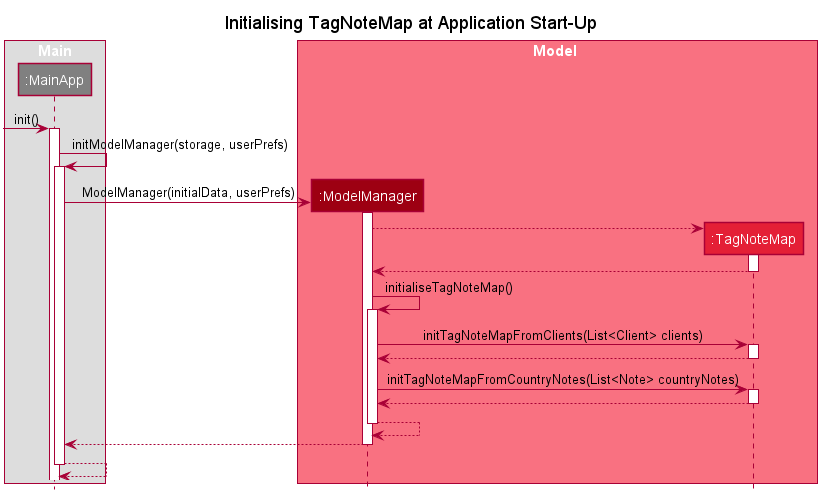
This is docs/images/TagNoteMapInitializationSequence.png from rtshkmr/tp, a PlantUML export, as it was before one commit.
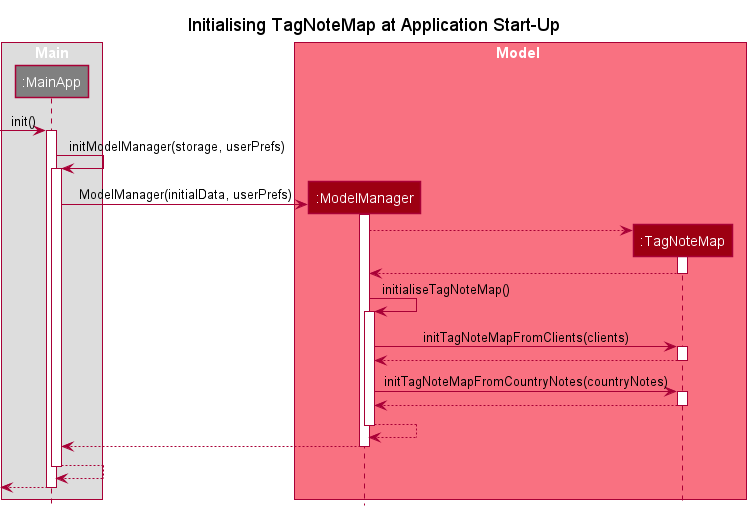
The same file after the commit.

The edit, as a diff of the source:
```diff
@@ -1,63 +1,15 @@
 @startuml
-
-
-
-
-
-
-
-
-
-skinparam BackgroundColor #FFFFFFF
-
-skinparam Shadowing false
-
-skinparam Class {
-    FontColor #FFFFFF
-    BorderThickness 1
-    BorderColor #FFFFFF
-    StereotypeFontColor #FFFFFF
-    FontName Arial
-}
-
-skinparam Actor {
-    BorderColor #000000
-    Color #000000
-    FontName Arial
-}
-
-skinparam Sequence {
-    MessageAlign center
-    BoxFontSize 15
-    BoxPadding 0
-    BoxFontColor #FFFFFF
-    FontName Arial
-}
-
-skinparam Participant {
-    FontColor #FFFFFFF
-    Padding 20
-}
-
-skinparam MinClassWidth 50
-skinparam ParticipantPadding 10
-skinparam Shadowing false
-skinparam DefaultTextAlignment center
-skinparam packageStyle Rectangle
-
-hide footbox
-hide members
-hide circle
+!include style.puml
 
 title Initialising TagNoteMap at Application Start-Up
 
 box Main
-participant ":MainApp" as MainApp #808080
+participant ":MainApp" as MainApp MAIN_COLOR
 end box
 
-box Model #F97181
-participant ":ModelManager" as Model #9D0012
-participant ":TagNoteMap" as TagNoteMap #E41F36
+box Model MODEL_COLOR_T1
+participant ":ModelManager" as Model MODEL_COLOR
+participant ":TagNoteMap" as TagNoteMap MODEL_COLOR
 end box
 
 [-> MainApp : init()
@@ -79,12 +31,12 @@
 Model -> Model : initialiseTagNoteMap()
 activate Model
 
-Model -> TagNoteMap : initTagNoteMapFromClients(List<Client> clients)
+Model -> TagNoteMap : initTagNoteMapFromClients(clients)
 activate TagNoteMap
 Model <-- TagNoteMap
 deactivate TagNoteMap
 
-Model -> TagNoteMap : initTagNoteMapFromCountryNotes(List<Note> countryNotes)
+Model -> TagNoteMap : initTagNoteMapFromCountryNotes(countryNotes)
 activate TagNoteMap
 Model <-- TagNoteMap
 deactivate TagNoteMap
@@ -96,6 +48,8 @@
 
 MainApp --> MainApp
 deactivate MainApp
+[<-- MainApp
+deactivate MainApp
 
 
 @enduml
```
